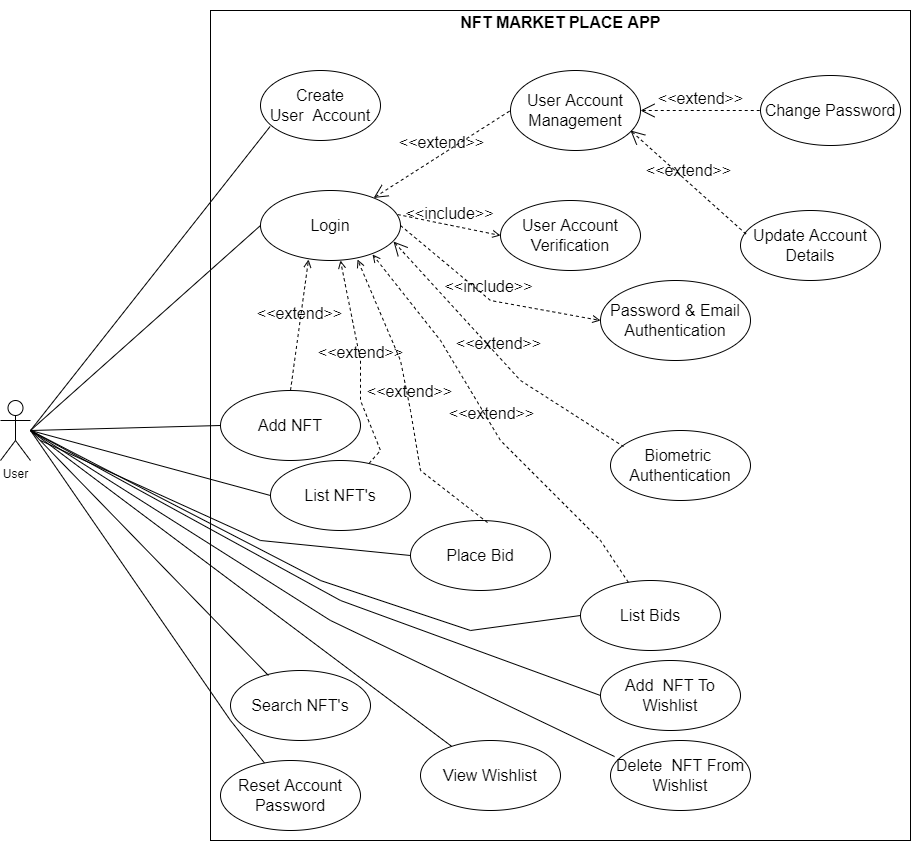
Above: diagrams/use-case-diagram.png in kevy0915/NFT_MarketPlace (draw.io), before the change. Source tidied: cells renumbered, new cells last; positions are measured from the earlier drawing's top-left corner, leaving out a move shared by most shapes.
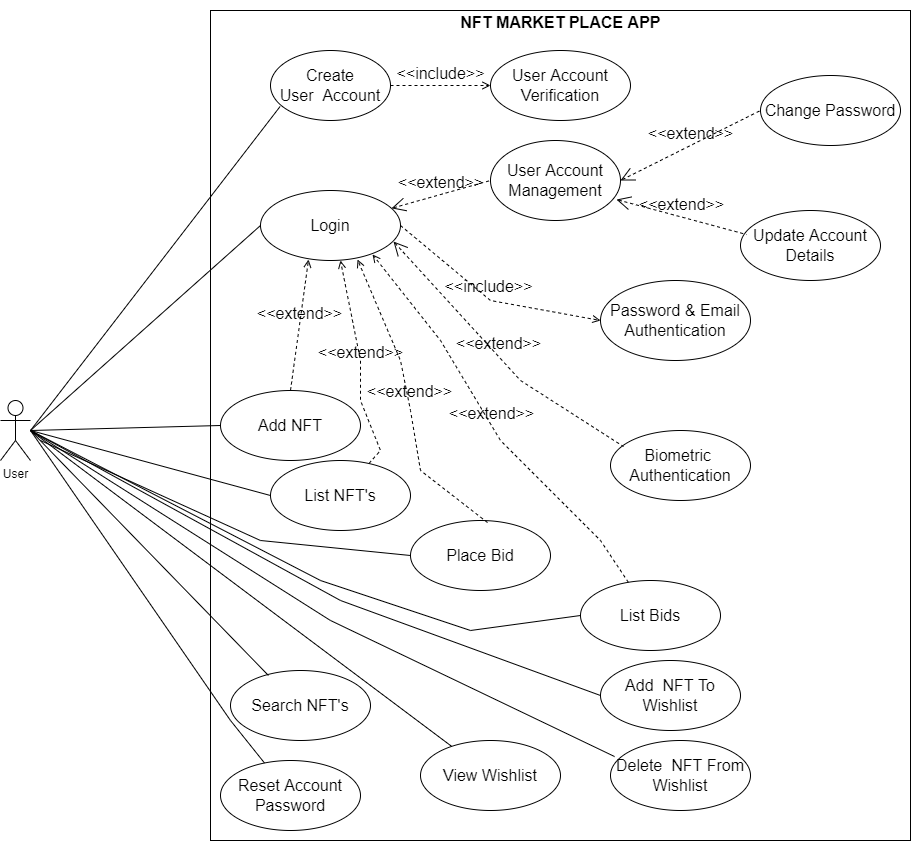
Above is the later version.

Commit message:
modified the use case diagram and the code input component

Diff of the diagram source:
```diff
@@ -12,18 +12,18 @@
       <mxGeometry x="510" width="100" height="40" as="geometry" />
     </mxCell>
     <mxCell id="5" value="Create&lt;br&gt;User&amp;nbsp; Account" style="ellipse;whiteSpace=wrap;html=1;fontSize=16;" parent="1" vertex="1">
-      <mxGeometry x="260" y="70" width="120" height="70" as="geometry" />
+      <mxGeometry x="270" y="50" width="120" height="70" as="geometry" />
     </mxCell>
     <mxCell id="6" value="User Account Management" style="ellipse;whiteSpace=wrap;html=1;fontSize=16;" parent="1" vertex="1">
-      <mxGeometry x="510" y="70" width="130" height="80" as="geometry" />
+      <mxGeometry x="490" y="140" width="130" height="80" as="geometry" />
     </mxCell>
     <mxCell id="7" value="&amp;lt;&amp;lt;extend&amp;gt;&amp;gt;" style="edgeStyle=none;html=1;startArrow=open;endArrow=none;startSize=12;verticalAlign=bottom;dashed=1;labelBackgroundColor=none;rounded=0;fontSize=16;entryX=0;entryY=0.5;entryDx=0;entryDy=0;" parent="1" edge="1" source="10" target="6">
       <mxGeometry relative="1" as="geometry" />
     </mxCell>
     <mxCell id="8" value="User Account Verification" style="ellipse;whiteSpace=wrap;html=1;fontSize=16;" parent="1" vertex="1">
-      <mxGeometry x="500" y="200" width="140" height="70" as="geometry" />
+      <mxGeometry x="490" y="50" width="140" height="70" as="geometry" />
     </mxCell>
-    <mxCell id="9" value="&amp;lt;&amp;lt;include&amp;gt;&amp;gt;" style="html=1;verticalAlign=bottom;labelBackgroundColor=none;endArrow=open;endFill=0;dashed=1;rounded=0;fontSize=16;entryX=0;entryY=0.5;entryDx=0;entryDy=0;exitX=0.979;exitY=0.343;exitDx=0;exitDy=0;exitPerimeter=0;" parent="1" edge="1" source="10" target="8">
+    <mxCell id="9" value="&amp;lt;&amp;lt;include&amp;gt;&amp;gt;" style="html=1;verticalAlign=bottom;labelBackgroundColor=none;endArrow=open;endFill=0;dashed=1;rounded=0;fontSize=16;entryX=0;entryY=0.5;entryDx=0;entryDy=0;exitX=1;exitY=0.5;exitDx=0;exitDy=0;" parent="1" edge="1" source="5" target="8">
       <mxGeometry relative="1" as="geometry" />
     </mxCell>
     <mxCell id="10" value="Login" style="ellipse;whiteSpace=wrap;html=1;fontSize=16;" parent="1" vertex="1">
@@ -130,16 +130,13 @@
         </Array>
       </mxGeometry>
     </mxCell>
-    <mxCell id="31" value="&amp;lt;&amp;lt;extend&amp;gt;&amp;gt;" style="edgeStyle=none;html=1;startArrow=open;endArrow=none;startSize=12;verticalAlign=bottom;dashed=1;labelBackgroundColor=none;rounded=0;fontSize=16;" parent="1" edge="1">
+    <mxCell id="31" value="&amp;lt;&amp;lt;extend&amp;gt;&amp;gt;" style="edgeStyle=none;html=1;startArrow=open;endArrow=none;startSize=12;verticalAlign=bottom;dashed=1;labelBackgroundColor=none;rounded=0;fontSize=16;exitX=1;exitY=0.5;exitDx=0;exitDy=0;" parent="1" edge="1" source="6">
       <mxGeometry relative="1" as="geometry">
-        <mxPoint x="640" y="110" as="sourcePoint" />
         <mxPoint x="760" y="110" as="targetPoint" />
       </mxGeometry>
     </mxCell>
-    <mxCell id="32" value="&amp;lt;&amp;lt;extend&amp;gt;&amp;gt;" style="edgeStyle=none;html=1;startArrow=open;endArrow=none;startSize=12;verticalAlign=bottom;dashed=1;labelBackgroundColor=none;rounded=0;fontSize=16;entryX=0.043;entryY=0.343;entryDx=0;entryDy=0;entryPerimeter=0;" parent="1" edge="1" target="28">
-      <mxGeometry relative="1" as="geometry">
-        <mxPoint x="630" y="130" as="sourcePoint" />
-      </mxGeometry>
+    <mxCell id="32" value="&amp;lt;&amp;lt;extend&amp;gt;&amp;gt;" style="edgeStyle=none;html=1;startArrow=open;endArrow=none;startSize=12;verticalAlign=bottom;dashed=1;labelBackgroundColor=none;rounded=0;fontSize=16;entryX=0.043;entryY=0.343;entryDx=0;entryDy=0;entryPerimeter=0;exitX=0.969;exitY=0.738;exitDx=0;exitDy=0;exitPerimeter=0;" parent="1" edge="1" source="6" target="28">
+      <mxGeometry relative="1" as="geometry" />
     </mxCell>
     <mxCell id="33" value="Place Bid" style="ellipse;whiteSpace=wrap;html=1;fontSize=16;" parent="1" vertex="1">
       <mxGeometry x="410" y="520" width="140" height="70" as="geometry" />
```
